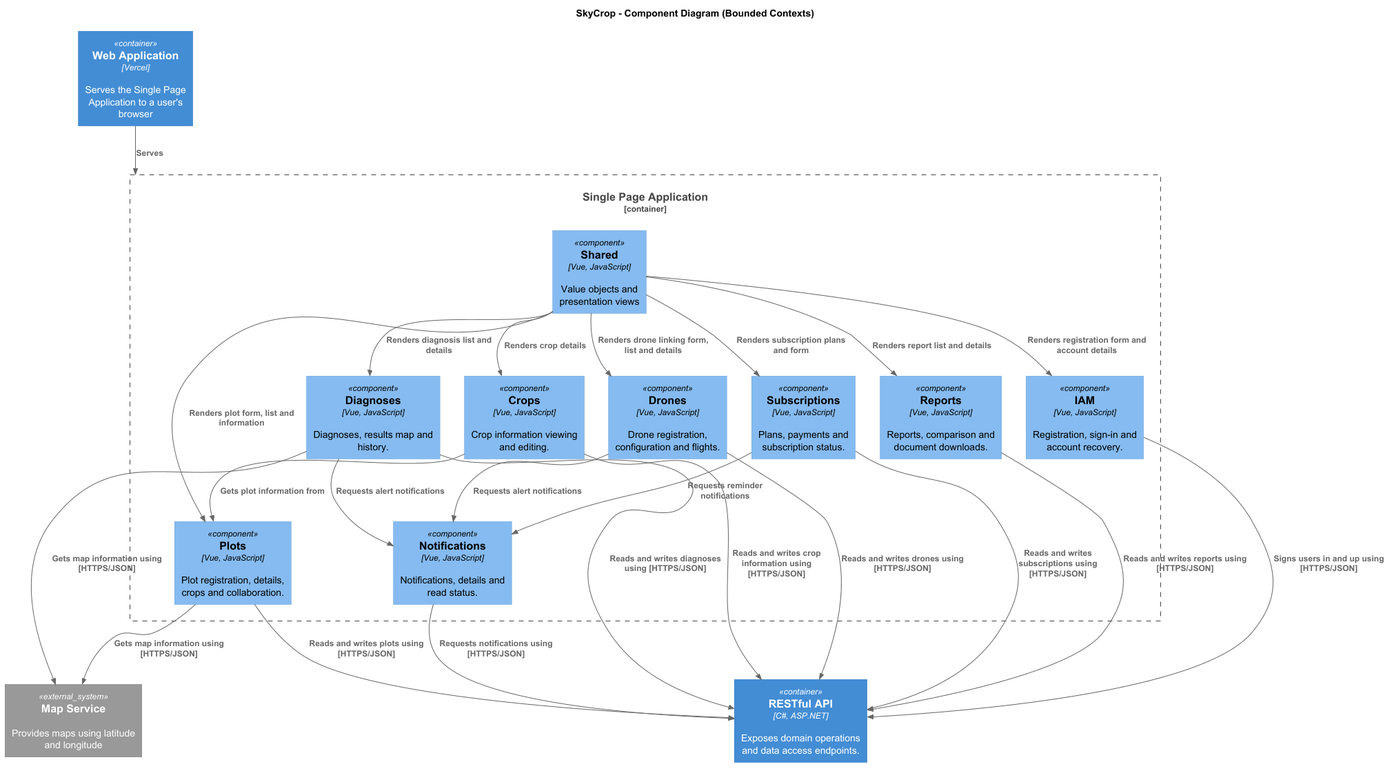
This is resources/imgs/Software Architecture Diagram/Components-Frontend.png from upc-pre-202620-1asi0730-8093-greentech/skycrop-report, a PlantUML export, as it was before one commit.
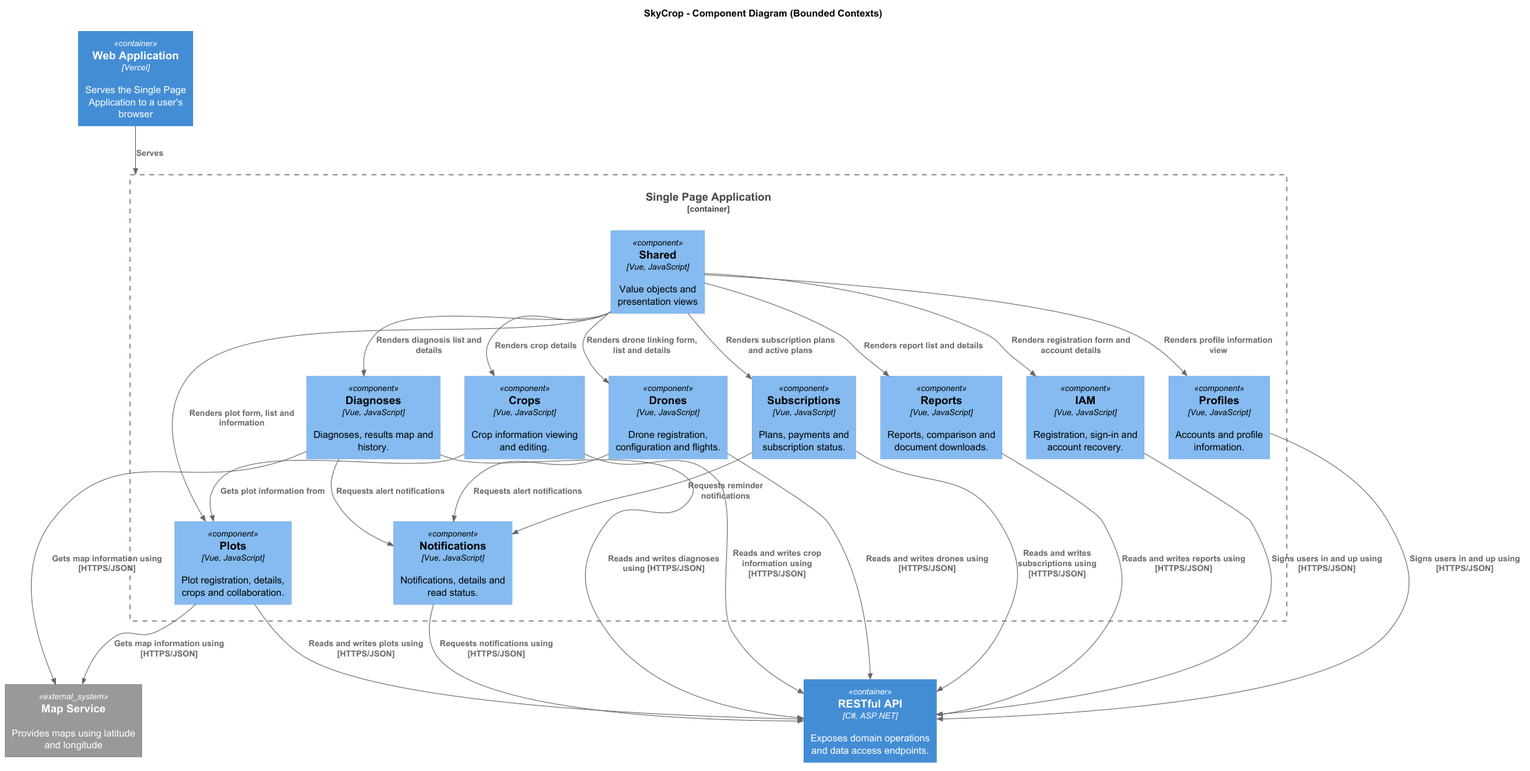
The same diagram one commit later.

Commit message:
feat(diagrams): update frontend component diagram

What changed in the source:
```diff
@@ -26,6 +26,7 @@
     Component(crops, "Crops", "Vue, JavaScript", "Crop information viewing and editing.")
     Component(notifications, "Notifications", "Vue, JavaScript", "Notifications, details and read status.")
     Component(iam, "IAM", "Vue, JavaScript", "Registration, sign-in and account recovery.")
+    Component(profiles, "Profiles", "Vue, JavaScript", "Accounts and profile information.")
     Component(shared, "Shared", "Vue, JavaScript", "Value objects and presentation views")
 }
 
@@ -36,9 +37,10 @@
 Rel(shared, reports, "Renders report list and details")
 Rel(shared, plots, "Renders plot form, list and information")
 Rel(shared, drones, "Renders drone linking form, list and details")
-Rel(shared, subscriptions, "Renders subscription plans and form")
+Rel(shared, subscriptions, "Renders subscription plans and active plans")
 Rel(shared, crops, "Renders crop details")
 Rel(shared, iam, "Renders registration form and account details")
+Rel(shared, profiles, "Renders profile information view")
 
 Rel(crops, plots, "Gets plot information from")
 Rel(subscriptions, notifications, "Requests reminder notifications")
@@ -53,6 +55,7 @@
 Rel(crops, api, "Reads and writes crop information using [HTTPS/JSON]")
 Rel(notifications, api, "Requests notifications using [HTTPS/JSON]")
 Rel(iam, api, "Signs users in and up using [HTTPS/JSON]")
+Rel(profiles, api, "Signs users in and up using [HTTPS/JSON]")
 
 Rel(plots, maps, "Gets map information using [HTTPS/JSON]")
 Rel(diagnoses, maps, "Gets map information using [HTTPS/JSON]")
```
